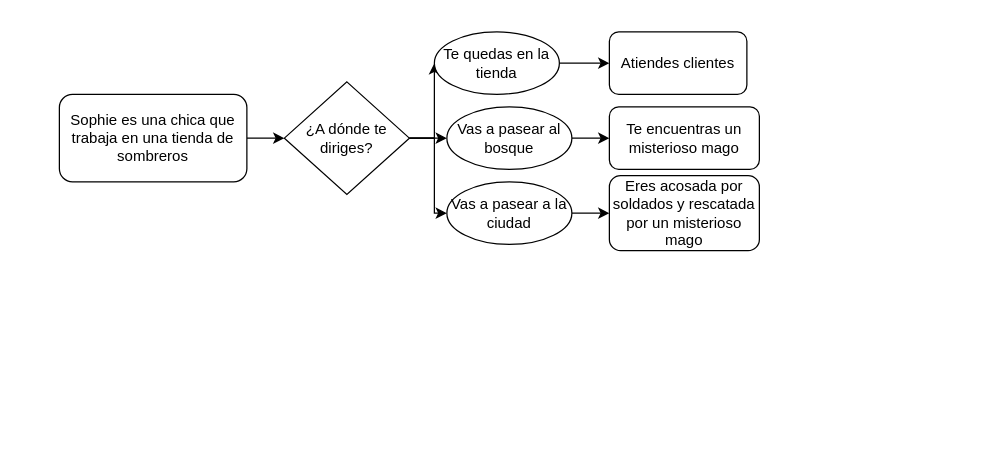
The draw.io diagram Untitled Diagram.drawio in delfinapinto/pmiw, before the edit. Source tidied: cells renumbered, new cells numbered last; positions are measured from the earlier drawing's top-left corner, leaving out a move shared by most shapes. Both pictures are drawn from the tidied source at 125%, with x=0, y=0 at pixel (59, 31).
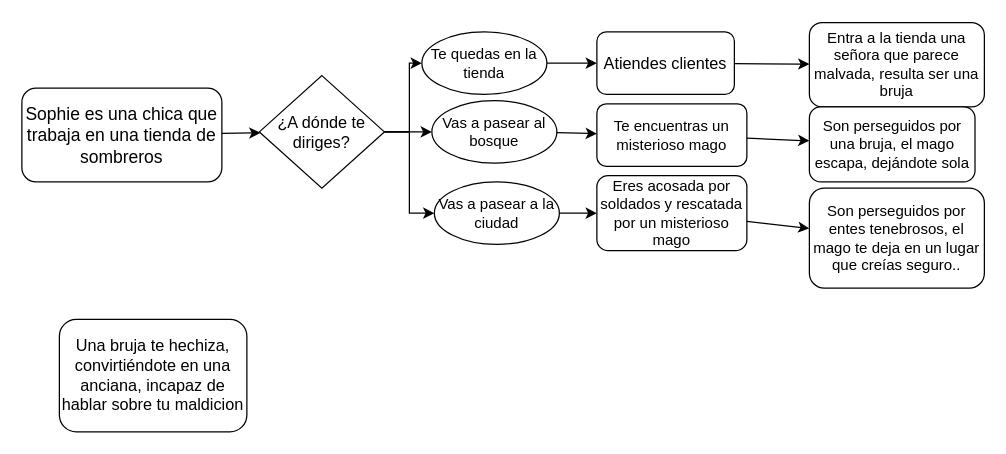
Above is the later version.

Diff of the diagram source:
```diff
@@
-    <mxCell id="2" style="edgeStyle=orthogonalEdgeStyle;rounded=0;jettySize=auto;html=1;" parent="1" edge="1" source="3" target="7">
+    <mxCell id="2" style="rounded=0;jettySize=auto;html=1;" parent="1" edge="1" source="3" target="7">
       <mxGeometry relative="1" as="geometry" />
     </mxCell>
-    <mxCell id="3" value="Sophie es una chica que trabaja en una tienda de sombreros" style="rounded=1;whiteSpace=wrap;html=1;fontSize=12;glass=0;strokeWidth=1;shadow=0;" parent="1" vertex="1">
-      <mxGeometry y="50" width="150" height="70" as="geometry" />
+    <mxCell id="3" value="&lt;font style=&quot;font-size: 14px;&quot;&gt;Sophie es una chica que trabaja en una tienda de sombreros&lt;/font&gt;" style="rounded=1;whiteSpace=wrap;html=1;fontSize=12;glass=0;strokeWidth=1;shadow=0;" parent="1" vertex="1">
+      <mxGeometry x="-30" y="45" width="160" height="75" as="geometry" />
     </mxCell>
@@
-    <mxCell id="5" style="edgeStyle=orthogonalEdgeStyle;rounded=0;jettySize=auto;html=1;exitX=1;exitY=0.5;exitDx=0;exitDy=0;entryX=0;entryY=0.5;entryDx=0;entryDy=0;" parent="1" edge="1" source="7" target="11">
+    <mxCell id="5" style="rounded=0;jettySize=auto;html=1;exitX=1;exitY=0.5;exitDx=0;exitDy=0;entryX=0;entryY=0.5;entryDx=0;entryDy=0;" parent="1" edge="1" source="7" target="11">
       <mxGeometry relative="1" as="geometry" />
     </mxCell>
@@
-    <mxCell id="7" value="¿A dónde te diriges?" style="rhombus;whiteSpace=wrap;html=1;" parent="1" vertex="1">
-      <mxGeometry x="180" y="40" width="100" height="90" as="geometry" />
+    <mxCell id="7" value="&lt;font style=&quot;font-size: 13px;&quot;&gt;¿A dónde te diriges?&lt;/font&gt;" style="rhombus;whiteSpace=wrap;html=1;" parent="1" vertex="1">
+      <mxGeometry x="160" y="35" width="100" height="90" as="geometry" />
     </mxCell>
@@
     <mxCell id="9" value="Te quedas en la tienda" style="ellipse;whiteSpace=wrap;html=1;" parent="1" vertex="1">
-      <mxGeometry x="300" width="100" height="50" as="geometry" />
+      <mxGeometry x="290" width="100" height="50" as="geometry" />
     </mxCell>
-    <mxCell id="10" style="edgeStyle=orthogonalEdgeStyle;rounded=0;jettySize=auto;html=1;" parent="1" edge="1" source="11" target="15">
+    <mxCell id="10" style="rounded=0;jettySize=auto;html=1;" parent="1" edge="1" source="11" target="15">
       <mxGeometry relative="1" as="geometry" />
     </mxCell>
     <mxCell id="11" value="Vas a pasear al bosque" style="ellipse;whiteSpace=wrap;html=1;" parent="1" vertex="1">
-      <mxGeometry x="310" y="60" width="100" height="50" as="geometry" />
+      <mxGeometry x="298" y="55" width="100" height="50" as="geometry" />
     </mxCell>
@@
     <mxCell id="13" value="Vas a pasear a la ciudad" style="ellipse;whiteSpace=wrap;html=1;" parent="1" vertex="1">
-      <mxGeometry x="310" y="120" width="100" height="50" as="geometry" />
+      <mxGeometry x="300" y="120" width="100" height="50" as="geometry" />
     </mxCell>
+    <mxCell id="17" style="rounded=0;jettySize=auto;html=1;" parent="1" edge="1" source="14" target="20">
+      <mxGeometry relative="1" as="geometry" />
+    </mxCell>
-    <mxCell id="14" value="Atiendes clientes" style="rounded=1;whiteSpace=wrap;html=1;" parent="1" vertex="1">
-      <mxGeometry x="440" width="110" height="50" as="geometry" />
+    <mxCell id="14" value="&lt;font style=&quot;font-size: 13px;&quot;&gt;Atiendes clientes&lt;/font&gt;" style="rounded=1;whiteSpace=wrap;html=1;" parent="1" vertex="1">
+      <mxGeometry x="430" width="110" height="50" as="geometry" />
     </mxCell>
+    <mxCell id="18" style="rounded=0;jettySize=auto;html=1;" parent="1" edge="1" source="15" target="21">
+      <mxGeometry relative="1" as="geometry" />
+    </mxCell>
     <mxCell id="15" value="Te encuentras un misterioso mago" style="rounded=1;whiteSpace=wrap;html=1;" parent="1" vertex="1">
-      <mxGeometry x="440" y="60" width="120" height="50" as="geometry" />
+      <mxGeometry x="430" y="57.5" width="120" height="50" as="geometry" />
     </mxCell>
+    <mxCell id="19" style="rounded=0;jettySize=auto;html=1;" parent="1" edge="1" source="16" target="22">
+      <mxGeometry relative="1" as="geometry" />
+    </mxCell>
     <mxCell id="16" value="Eres acosada por soldados y rescatada por un misterioso mago" style="rounded=1;whiteSpace=wrap;html=1;" parent="1" vertex="1">
-      <mxGeometry x="440" y="115" width="120" height="60" as="geometry" />
+      <mxGeometry x="430" y="115" width="120" height="60" as="geometry" />
     </mxCell>
+    <mxCell id="20" value="Entra a la tienda una señora que parece malvada, resulta ser una bruja" style="whiteSpace=wrap;html=1;rounded=1;" parent="1" vertex="1">
+      <mxGeometry x="600" y="-7.5" width="140" height="67.5" as="geometry" />
+    </mxCell>
+    <mxCell id="21" value="Son perseguidos por una bruja, el mago escapa, dejándote sola" style="rounded=1;whiteSpace=wrap;html=1;" parent="1" vertex="1">
+      <mxGeometry x="600" y="60" width="132.5" height="60" as="geometry" />
+    </mxCell>
+    <mxCell id="22" value="Son perseguidos por entes tenebrosos, el mago te deja en un lugar  que creías seguro.." style="rounded=1;whiteSpace=wrap;html=1;" parent="1" vertex="1">
+      <mxGeometry x="600" y="125" width="140" height="80" as="geometry" />
+    </mxCell>
+    <mxCell id="23" value="&lt;font style=&quot;font-size: 13px;&quot;&gt;Una bruja te hechiza, convirtiéndote en una anciana, incapaz de hablar sobre tu maldicion&lt;/font&gt;" style="rounded=1;whiteSpace=wrap;html=1;" parent="1" vertex="1">
+      <mxGeometry y="230" width="150" height="90" as="geometry" />
+    </mxCell>
```
